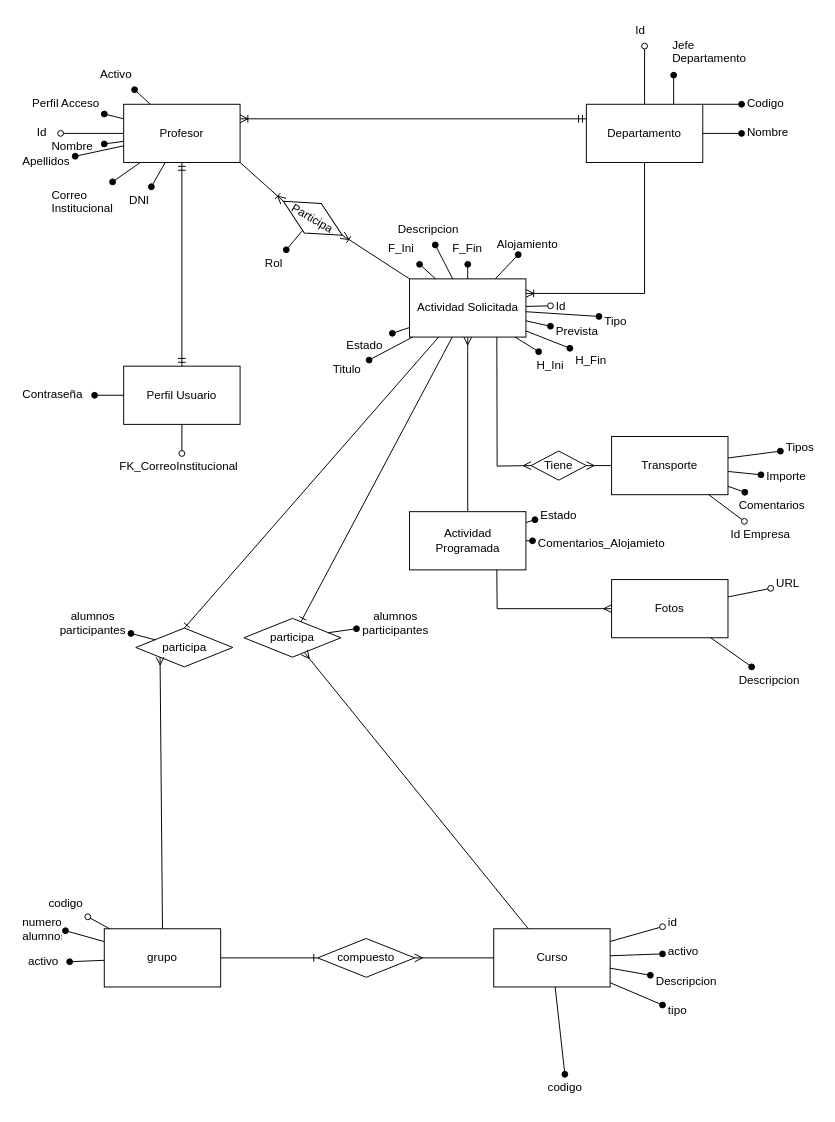
The draw.io diagram Entidad Relacion Proyecto.drawio in AlbertoGfeZ/GRUPO-4-RETO, before the edit. Source tidied: cells renumbered, new cells numbered last; positions are measured from the earlier drawing's top-left corner, leaving out a move shared by most shapes. Both pictures are drawn from the tidied source at 97%, with x=0, y=0 at pixel (16, 16).
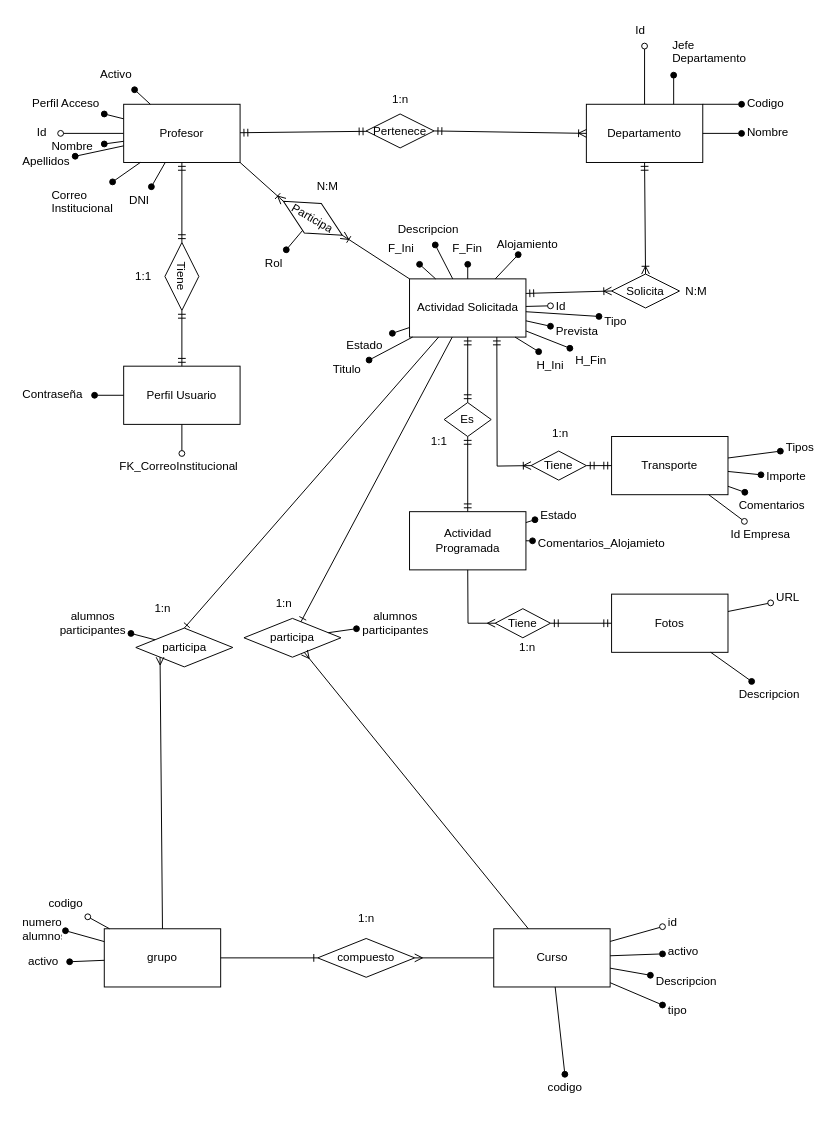
The same diagram, later.

The change refers to these unchanged cells:
```xml
<mxCell id="3" value="Profesor" style="whiteSpace=wrap;html=1;" parent="1" vertex="1">
  <mxGeometry x="110" y="90" width="120" height="60" as="geometry" />
</mxCell>
<mxCell id="17" value="Perfil Usuario" style="whiteSpace=wrap;html=1;" parent="1" vertex="1">
  <mxGeometry x="110" y="360" width="120" height="60" as="geometry" />
</mxCell>
<mxCell id="23" value="Departamento" style="whiteSpace=wrap;html=1;" parent="1" vertex="1">
  <mxGeometry x="587" y="90" width="120" height="60" as="geometry" />
</mxCell>
<mxCell id="33" value="Actividad Solicitada" style="whiteSpace=wrap;html=1;" parent="1" vertex="1">
  <mxGeometry x="404.7" y="270" width="120" height="60" as="geometry" />
</mxCell>
<mxCell id="43" value="Transporte" style="whiteSpace=wrap;html=1;" parent="1" vertex="1">
  <mxGeometry x="613" y="432.5" width="120" height="60" as="geometry" />
</mxCell>
<mxCell id="64" value="Actividad Programada" style="whiteSpace=wrap;html=1;" parent="1" vertex="1">
  <mxGeometry x="404.7" y="510" width="120" height="60" as="geometry" />
</mxCell>
<mxCell id="66" value="Tiene" style="shape=rhombus;perimeter=rhombusPerimeter;whiteSpace=wrap;html=1;align=center;rotation=0;" parent="1" vertex="1">
  <mxGeometry x="530" y="447.5" width="57" height="30" as="geometry" />
</mxCell>
```

What changed in the source:
```diff
@@
-    <mxCell id="18" style="fontSize=12;html=1;endArrow=ERmandOne;startArrow=ERmandOne;rounded=0;entryX=0.5;entryY=1;entryDx=0;entryDy=0;exitX=0.5;exitY=0;exitDx=0;exitDy=0;" parent="1" edge="1" source="17" target="3">
+    <mxCell id="18" style="fontSize=12;html=1;endArrow=ERmandOne;startArrow=ERmandOne;rounded=0;entryX=0.5;entryY=1;entryDx=0;entryDy=0;exitX=0;exitY=0.5;exitDx=0;exitDy=0;" parent="1" edge="1" source="117" target="3">
       <mxGeometry relative="1" as="geometry" />
     </mxCell>
@@
-    <mxCell id="32" style="fontSize=12;html=1;endArrow=ERoneToMany;startArrow=ERmandOne;rounded=0;exitX=0;exitY=0.25;exitDx=0;exitDy=0;entryX=1;entryY=0.25;entryDx=0;entryDy=0;" parent="1" edge="1" source="23" target="3">
+    <mxCell id="32" style="fontSize=12;html=1;endArrow=ERoneToMany;startArrow=ERmandOne;rounded=0;entryX=0;entryY=0.5;entryDx=0;entryDy=0;exitX=1;exitY=0.5;exitDx=0;exitDy=0;" parent="1" edge="1" source="119" target="23">
       <mxGeometry relative="1" as="geometry" />
     </mxCell>
@@
-    <mxCell id="63" style="fontSize=12;html=1;endArrow=ERoneToMany;rounded=0;exitX=0.5;exitY=1;exitDx=0;exitDy=0;entryX=1;entryY=0.25;entryDx=0;entryDy=0;edgeStyle=orthogonalEdgeStyle;" parent="1" edge="1" source="23" target="33">
-      <mxGeometry relative="1" as="geometry" />
-    </mxCell>
@@
-    <mxCell id="65" style="fontSize=12;html=1;endArrow=ERmany;rounded=0;entryX=0.5;entryY=1;entryDx=0;entryDy=0;exitX=0.5;exitY=0;exitDx=0;exitDy=0;" parent="1" edge="1" source="64" target="33">
-      <mxGeometry relative="1" as="geometry" />
-    </mxCell>
@@
-    <mxCell id="67" style="fontSize=12;html=1;endArrow=ERmany;rounded=0;entryX=0;entryY=0.5;entryDx=0;entryDy=0;exitX=0.75;exitY=1;exitDx=0;exitDy=0;" parent="1" edge="1" source="33" target="66">
-      <mxGeometry relative="1" as="geometry">
-        <Array as="points">
-          <mxPoint x="495" y="463" />
-        </Array>
-      </mxGeometry>
-    </mxCell>
-    <mxCell id="68" style="fontSize=12;html=1;endArrow=ERmany;rounded=0;entryX=1;entryY=0.5;entryDx=0;entryDy=0;exitX=0;exitY=0.5;exitDx=0;exitDy=0;" parent="1" edge="1" source="43" target="66">
-      <mxGeometry relative="1" as="geometry" />
-    </mxCell>
@@
     <mxCell id="71" value="Fotos" style="whiteSpace=wrap;html=1;" parent="1" vertex="1">
-      <mxGeometry x="613" y="580" width="120" height="60" as="geometry" />
+      <mxGeometry x="613" y="595" width="120" height="60" as="geometry" />
     </mxCell>
     <mxCell id="72" value="URL" style="text;strokeColor=none;fillColor=none;spacingLeft=4;spacingRight=4;overflow=hidden;points=[[0,0.5],[1,0.5]];portConstraint=eastwest;fontSize=12;" parent="1" vertex="1">
-      <mxGeometry x="777" y="570" width="40" height="30" as="geometry" />
+      <mxGeometry x="777" y="585" width="40" height="30" as="geometry" />
     </mxCell>
@@
-    <mxCell id="74" style="fontSize=12;html=1;endArrow=ERmany;rounded=0;entryX=0;entryY=0.5;entryDx=0;entryDy=0;exitX=0.75;exitY=1;exitDx=0;exitDy=0;" parent="1" edge="1" source="64" target="71">
-      <mxGeometry relative="1" as="geometry">
-        <Array as="points">
-          <mxPoint x="495" y="610" />
-        </Array>
-      </mxGeometry>
-    </mxCell>
@@
     <mxCell id="82" value="Descripcion" style="text;strokeColor=none;fillColor=none;spacingLeft=4;spacingRight=4;overflow=hidden;points=[[0,0.5],[1,0.5]];portConstraint=eastwest;fontSize=12;" parent="1" vertex="1">
-      <mxGeometry x="738.5" y="670" width="80" height="30" as="geometry" />
+      <mxGeometry x="738.5" y="685" width="80" height="30" as="geometry" />
     </mxCell>
@@
+    <mxCell id="117" value="Tiene" style="shape=rhombus;perimeter=rhombusPerimeter;whiteSpace=wrap;html=1;align=center;rotation=90;" parent="1" vertex="1">
+      <mxGeometry x="135" y="250" width="70" height="35" as="geometry" />
+    </mxCell>
+    <mxCell id="118" style="fontSize=12;html=1;endArrow=ERmandOne;startArrow=ERmandOne;rounded=0;entryX=1;entryY=0.5;entryDx=0;entryDy=0;exitX=0.5;exitY=0;exitDx=0;exitDy=0;" parent="1" edge="1" source="17" target="117">
+      <mxGeometry relative="1" as="geometry" />
+    </mxCell>
+    <mxCell id="119" value="Pertenece" style="shape=rhombus;perimeter=rhombusPerimeter;whiteSpace=wrap;html=1;align=center;rotation=0;" parent="1" vertex="1">
+      <mxGeometry x="360" y="100" width="70" height="35" as="geometry" />
+    </mxCell>
+    <mxCell id="120" style="fontSize=12;html=1;endArrow=ERmandOne;startArrow=ERmandOne;rounded=0;" parent="1" edge="1" source="119" target="3">
+      <mxGeometry relative="1" as="geometry" />
+    </mxCell>
+    <mxCell id="121" style="fontSize=12;html=1;endArrow=ERmandOne;startArrow=ERmandOne;rounded=0;" parent="1" edge="1" source="64" target="122">
+      <mxGeometry relative="1" as="geometry" />
+    </mxCell>
+    <mxCell id="122" value="Es" style="shape=rhombus;perimeter=rhombusPerimeter;whiteSpace=wrap;html=1;align=center;rotation=0;" parent="1" vertex="1">
+      <mxGeometry x="440.4" y="397.5" width="48.5" height="35" as="geometry" />
+    </mxCell>
+    <mxCell id="123" style="fontSize=12;html=1;endArrow=ERmandOne;startArrow=ERmandOne;rounded=0;" parent="1" edge="1" source="122" target="33">
+      <mxGeometry relative="1" as="geometry" />
+    </mxCell>
+    <mxCell id="124" value="Tiene" style="shape=rhombus;perimeter=rhombusPerimeter;whiteSpace=wrap;html=1;align=center;rotation=0;" parent="1" vertex="1">
+      <mxGeometry x="493" y="610" width="57" height="30" as="geometry" />
+    </mxCell>
+    <mxCell id="125" style="fontSize=12;html=1;endArrow=ERmany;rounded=0;exitX=0.5;exitY=1;exitDx=0;exitDy=0;entryX=0;entryY=0.5;entryDx=0;entryDy=0;" parent="1" edge="1" source="64" target="124">
+      <mxGeometry relative="1" as="geometry">
+        <Array as="points">
+          <mxPoint x="465" y="625" />
+        </Array>
+      </mxGeometry>
+    </mxCell>
+    <mxCell id="126" style="fontSize=12;html=1;endArrow=ERmandOne;startArrow=ERmandOne;rounded=0;entryX=0;entryY=0.5;entryDx=0;entryDy=0;exitX=1;exitY=0.5;exitDx=0;exitDy=0;" parent="1" edge="1" source="124" target="71">
+      <mxGeometry relative="1" as="geometry" />
+    </mxCell>
+    <mxCell id="127" value="Solicita" style="shape=rhombus;perimeter=rhombusPerimeter;whiteSpace=wrap;html=1;align=center;rotation=0;" parent="1" vertex="1">
+      <mxGeometry x="613" y="265" width="70" height="35" as="geometry" />
+    </mxCell>
+    <mxCell id="128" style="fontSize=12;html=1;endArrow=ERoneToMany;startArrow=ERmandOne;rounded=0;entryX=0;entryY=0.5;entryDx=0;entryDy=0;exitX=1;exitY=0.25;exitDx=0;exitDy=0;" parent="1" edge="1" source="33" target="127">
+      <mxGeometry relative="1" as="geometry" />
+    </mxCell>
+    <mxCell id="129" style="fontSize=12;html=1;endArrow=ERoneToMany;startArrow=ERmandOne;rounded=0;entryX=0.5;entryY=0;entryDx=0;entryDy=0;exitX=0.5;exitY=1;exitDx=0;exitDy=0;" parent="1" edge="1" source="23" target="127">
+      <mxGeometry relative="1" as="geometry" />
+    </mxCell>
+    <mxCell id="130" value="1:n" style="text;html=1;align=center;verticalAlign=middle;strokeColor=none;fillColor=none;" parent="1" vertex="1">
+      <mxGeometry x="380" y="75" width="30" height="20" as="geometry" />
+    </mxCell>
+    <mxCell id="131" value="1:n" style="text;html=1;align=center;verticalAlign=middle;strokeColor=none;fillColor=none;" parent="1" vertex="1">
+      <mxGeometry x="135" y="600" width="30" height="20" as="geometry" />
+    </mxCell>
+    <mxCell id="132" value="1:n" style="text;html=1;align=center;verticalAlign=middle;strokeColor=none;fillColor=none;" parent="1" vertex="1">
+      <mxGeometry x="260" y="595" width="30" height="20" as="geometry" />
+    </mxCell>
+    <mxCell id="133" value="1:n" style="text;html=1;align=center;verticalAlign=middle;strokeColor=none;fillColor=none;" parent="1" vertex="1">
+      <mxGeometry x="511.2" y="640" width="30" height="20" as="geometry" />
+    </mxCell>
+    <mxCell id="134" value="1:n" style="text;html=1;align=center;verticalAlign=middle;strokeColor=none;fillColor=none;" parent="1" vertex="1">
+      <mxGeometry x="545" y="420" width="30" height="20" as="geometry" />
+    </mxCell>
+    <mxCell id="135" value="N:M" style="text;html=1;align=center;verticalAlign=middle;strokeColor=none;fillColor=none;" parent="1" vertex="1">
+      <mxGeometry x="300" y="165" width="40" height="20" as="geometry" />
+    </mxCell>
+    <mxCell id="136" value="N:M" style="text;html=1;align=center;verticalAlign=middle;strokeColor=none;fillColor=none;" parent="1" vertex="1">
+      <mxGeometry x="680" y="272.5" width="40" height="20" as="geometry" />
+    </mxCell>
+    <mxCell id="137" value="1:n" style="text;html=1;align=center;verticalAlign=middle;strokeColor=none;fillColor=none;" parent="1" vertex="1">
+      <mxGeometry x="345" y="920" width="30" height="20" as="geometry" />
+    </mxCell>
+    <mxCell id="67" style="fontSize=12;html=1;endArrow=ERoneToMany;startArrow=ERmandOne;rounded=0;exitX=0.75;exitY=1;exitDx=0;exitDy=0;entryX=0;entryY=0.5;entryDx=0;entryDy=0;" parent="1" edge="1" source="33" target="66">
+      <mxGeometry relative="1" as="geometry">
+        <Array as="points">
+          <mxPoint x="495" y="463" />
+        </Array>
+      </mxGeometry>
+    </mxCell>
+    <mxCell id="138" style="fontSize=12;html=1;endArrow=ERmandOne;startArrow=ERmandOne;rounded=0;entryX=0;entryY=0.5;entryDx=0;entryDy=0;exitX=1;exitY=0.5;exitDx=0;exitDy=0;" parent="1" edge="1" source="66" target="43">
+      <mxGeometry relative="1" as="geometry" />
+    </mxCell>
+    <mxCell id="139" value="1:1" style="text;html=1;align=center;verticalAlign=middle;strokeColor=none;fillColor=none;" parent="1" vertex="1">
+      <mxGeometry x="115" y="257.5" width="30" height="20" as="geometry" />
+    </mxCell>
+    <mxCell id="140" value="1:1" style="text;html=1;align=center;verticalAlign=middle;strokeColor=none;fillColor=none;" parent="1" vertex="1">
+      <mxGeometry x="420" y="427.5" width="30" height="20" as="geometry" />
+    </mxCell>
```
